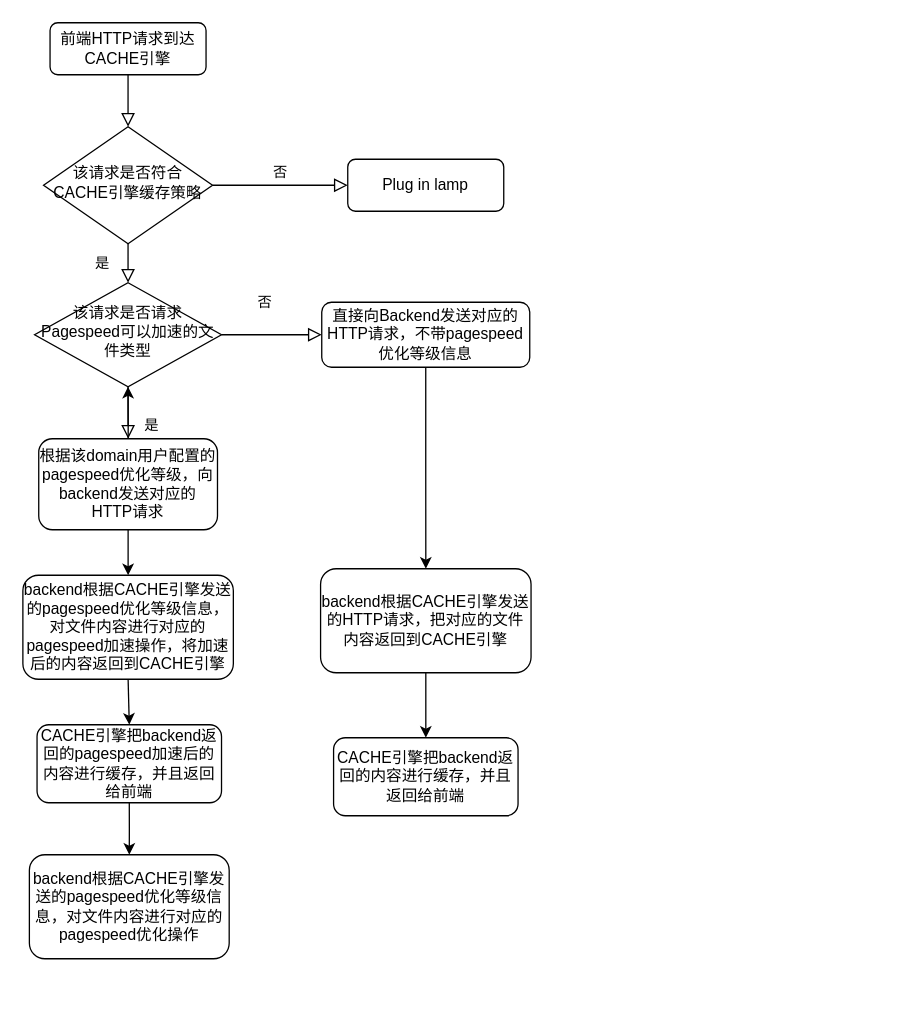
This is pagespeed.drawio from renhao1214/documents, a draw.io file, before an edit. Source tidied: cells renumbered, new cells numbered last; positions are measured from the earlier drawing's top-left corner, leaving out a move shared by most shapes. Both pictures are drawn from the tidied source at 130%, with x=0, y=0 at pixel (22, 22).
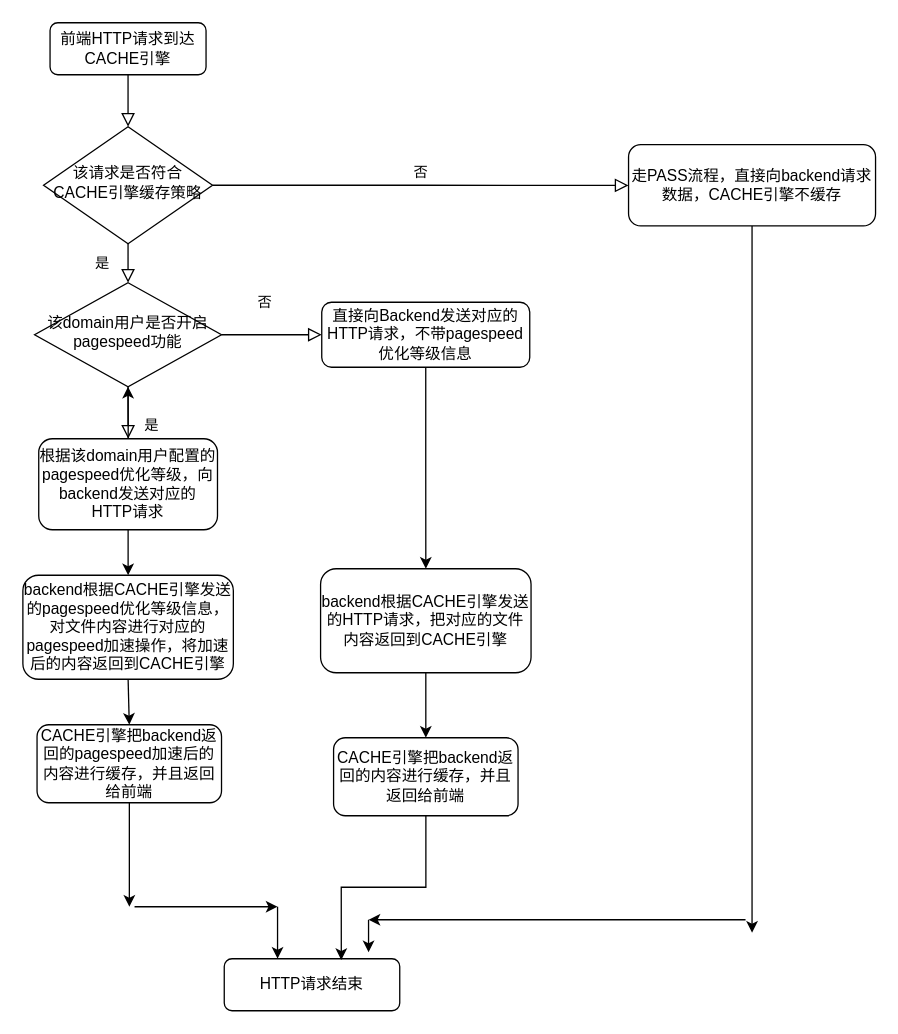
Above is the later version.

Unchanged cells that the change refers to:
```xml
<mxCell id="18" value="CACHE引擎把backend返回的pagespeed加速后的内容进行缓存，并且返回给前端" style="rounded=1;whiteSpace=wrap;html=1;fontSize=12;glass=0;strokeWidth=1;shadow=0;" parent="1" vertex="1">
  <mxGeometry x="11" y="540" width="141.9" height="60" as="geometry" />
</mxCell>
<mxCell id="21" value="CACHE引擎把backend返回的内容进行缓存，并且返回给前端" style="rounded=1;whiteSpace=wrap;html=1;fontSize=12;glass=0;strokeWidth=1;shadow=0;" parent="1" vertex="1">
  <mxGeometry x="239.1" y="550" width="141.9" height="60" as="geometry" />
</mxCell>
```

Diff of the diagram source:
```diff
@@
+    <mxCell id="24" style="edgeStyle=orthogonalEdgeStyle;rounded=0;jettySize=auto;html=1;" parent="1" edge="1" source="7">
+      <mxGeometry relative="1" as="geometry">
+        <mxPoint x="561" y="700" as="targetPoint" />
+      </mxGeometry>
+    </mxCell>
-    <mxCell id="7" value="Plug in lamp" style="rounded=1;whiteSpace=wrap;html=1;fontSize=12;glass=0;strokeWidth=1;shadow=0;" parent="1" vertex="1">
-      <mxGeometry x="250" y="105" width="120" height="40" as="geometry" />
+    <mxCell id="7" value="走PASS流程，直接向backend请求数据，CACHE引擎不缓存" style="rounded=1;whiteSpace=wrap;html=1;fontSize=12;glass=0;strokeWidth=1;shadow=0;" parent="1" vertex="1">
+      <mxGeometry x="466" y="93.8" width="190" height="62.5" as="geometry" />
     </mxCell>
@@
-    <mxCell id="10" value="该请求是否请求Pagespeed可以加速的文件类型" style="rhombus;whiteSpace=wrap;html=1;shadow=0;fontFamily=Helvetica;fontSize=12;align=center;strokeWidth=1;spacing=6;spacingTop=-4;" parent="1" vertex="1">
+    <mxCell id="10" value="该domain用户是否开启pagespeed功能" style="rhombus;whiteSpace=wrap;html=1;shadow=0;fontFamily=Helvetica;fontSize=12;align=center;strokeWidth=1;spacing=6;spacingTop=-4;" parent="1" vertex="1">
       <mxGeometry x="9.1" y="200" width="143.8" height="80" as="geometry" />
     </mxCell>
@@
+    <mxCell id="25" style="edgeStyle=orthogonalEdgeStyle;rounded=0;jettySize=auto;html=1;" parent="1" edge="1" source="18">
+      <mxGeometry relative="1" as="geometry">
+        <mxPoint x="82" y="680" as="targetPoint" />
+      </mxGeometry>
+    </mxCell>
@@
-    <mxCell id="19" style="edgeStyle=orthogonalEdgeStyle;rounded=0;jettySize=auto;html=1;entryX=0.5;entryY=0;entryDx=0;entryDy=0;exitX=0.5;exitY=1;exitDx=0;exitDy=0;" parent="1" edge="1" source="18" target="20">
-      <mxGeometry relative="1" as="geometry" />
-    </mxCell>
-    <mxCell id="20" value="backend根据CACHE引擎发送的pagespeed优化等级信息，对文件内容进行对应的pagespeed优化操作" style="rounded=1;whiteSpace=wrap;html=1;fontSize=12;glass=0;strokeWidth=1;shadow=0;" parent="1" vertex="1">
-      <mxGeometry x="5.1" y="640" width="153.7" height="80" as="geometry" />
+    <mxCell id="20" value="HTTP请求结束" style="rounded=1;whiteSpace=wrap;html=1;fontSize=12;glass=0;strokeWidth=1;shadow=0;" parent="1" vertex="1">
+      <mxGeometry x="155" y="720" width="135" height="40" as="geometry" />
     </mxCell>
+    <mxCell id="26" style="edgeStyle=orthogonalEdgeStyle;rounded=0;jettySize=auto;html=1;entryX=0.667;entryY=0.025;entryDx=0;entryDy=0;entryPerimeter=0;" parent="1" edge="1" source="21" target="20">
+      <mxGeometry relative="1" as="geometry" />
+    </mxCell>
@@
+    <mxCell id="27" style="endArrow=classic;html=1;" parent="1" edge="1">
+      <mxGeometry relative="1" as="geometry">
+        <mxPoint x="86" y="680" as="sourcePoint" />
+        <mxPoint x="196" y="680" as="targetPoint" />
+      </mxGeometry>
+    </mxCell>
+    <mxCell id="28" style="endArrow=classic;html=1;" parent="1" edge="1">
+      <mxGeometry relative="1" as="geometry">
+        <mxPoint x="196" y="680" as="sourcePoint" />
+        <mxPoint x="196" y="720" as="targetPoint" />
+      </mxGeometry>
+    </mxCell>
+    <mxCell id="29" style="endArrow=classic;html=1;" parent="1" edge="1">
+      <mxGeometry relative="1" as="geometry">
+        <mxPoint x="556" y="690" as="sourcePoint" />
+        <mxPoint x="266" y="690" as="targetPoint" />
+      </mxGeometry>
+    </mxCell>
+    <mxCell id="30" style="endArrow=classic;html=1;" parent="1" edge="1">
+      <mxGeometry relative="1" as="geometry">
+        <mxPoint x="266" y="690" as="sourcePoint" />
+        <mxPoint x="266" y="715" as="targetPoint" />
+      </mxGeometry>
+    </mxCell>
```
